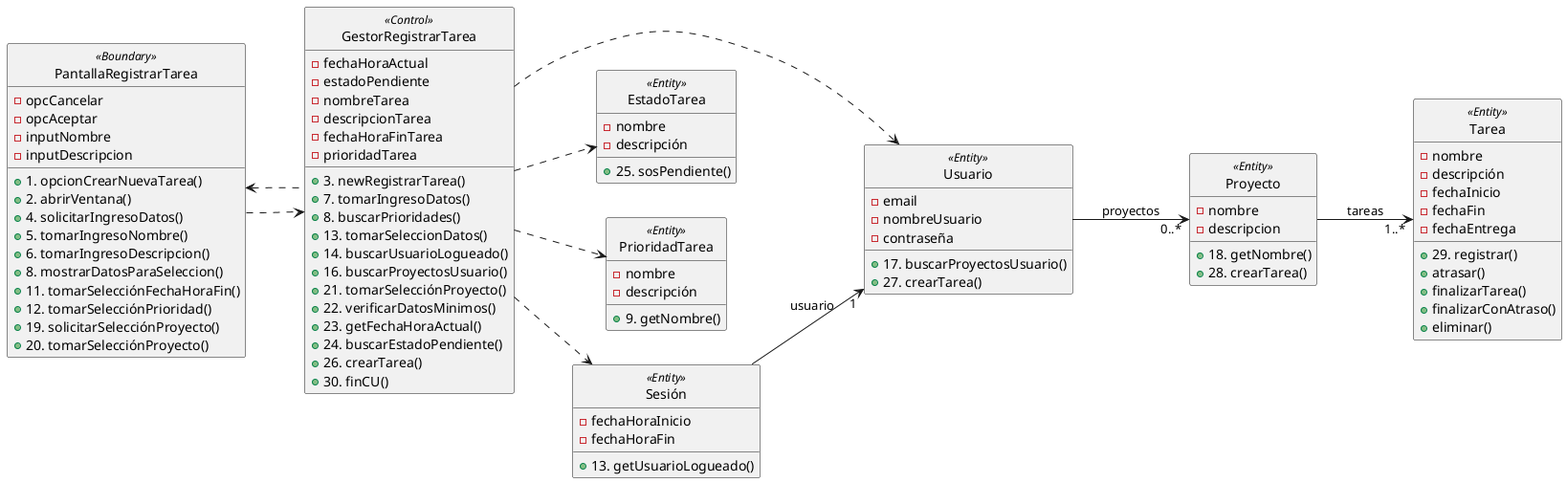
ciggyx/Task_Flow keeps this PlantUML diagram as Modelado/DiagramasCU01/RealizaciónCu1VistaEstática.png. Above is the earlier version.
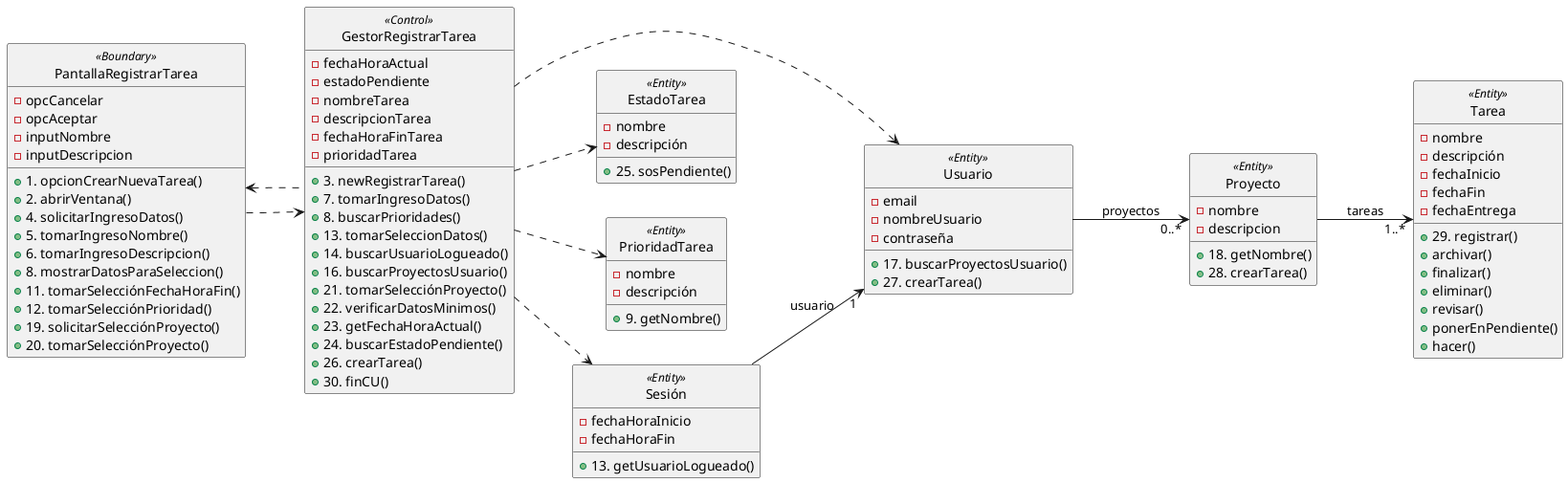
The same file after the commit.

Change to the diagram source:
```diff
@@ -25,10 +25,12 @@
     - fechaFin
     - fechaEntrega
     + 29. registrar()
-    + atrasar()
-    + finalizarTarea()
-    + finalizarConAtraso()
+    + archivar()
+    + finalizar()
     + eliminar()
+    + revisar()
+    + ponerEnPendiente()
+    + hacer()
 }
 
 class EstadoTarea<<Entity>>{
```
